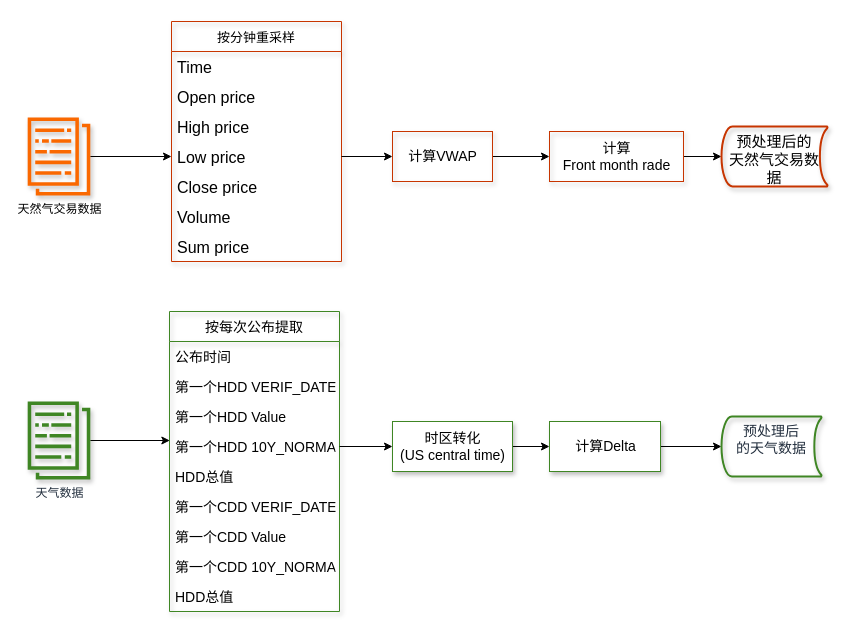
The draw.io diagram reports/figures/framework/data_preprocess.drawio in xhan97/gasAnalysis, before the edit. Source tidied: cells renumbered, new cells numbered last; positions are measured from the earlier drawing's top-left corner, leaving out a move shared by most shapes. Both pictures are drawn from the tidied source at 100%, with x=0, y=0 at pixel (27, 21).
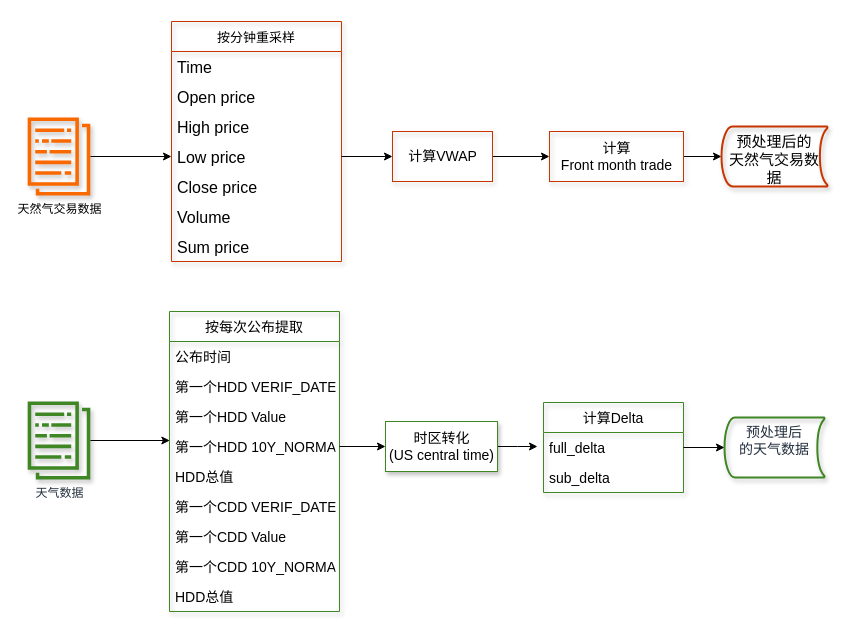
Above is the later version.

Diff of the diagram source:
```diff
@@
-    <mxCell id="9" value="计算 &lt;br&gt;Front month rade" style="html=1;dashed=0;whitespace=wrap;shadow=1;fillColor=none;strokeColor=#C73500;fontColor=#000000;gradientColor=none;fontSize=14;" parent="1" vertex="1">
+    <mxCell id="9" value="计算 &lt;br&gt;Front month trade" style="html=1;dashed=0;whitespace=wrap;shadow=1;fillColor=none;strokeColor=#C73500;fontColor=#000000;gradientColor=none;fontSize=14;" parent="1" vertex="1">
       <mxGeometry x="522" y="110" width="134" height="50" as="geometry" />
     </mxCell>
-    <mxCell id="10" style="edgeStyle=orthogonalEdgeStyle;rounded=0;jettySize=auto;html=1;entryX=0;entryY=0.5;entryDx=0;entryDy=0;fontSize=12;" parent="1" edge="1" source="11" target="13">
-      <mxGeometry relative="1" as="geometry" />
-    </mxCell>
+    <mxCell id="37" style="edgeStyle=orthogonalEdgeStyle;rounded=0;jettySize=auto;html=1;fontSize=14;" parent="1" edge="1" source="11">
+      <mxGeometry relative="1" as="geometry">
+        <mxPoint x="510" y="425" as="targetPoint" />
+      </mxGeometry>
+    </mxCell>
     <mxCell id="11" value="时区转化 &lt;br style=&quot;font-size: 14px;&quot;&gt;&lt;font style=&quot;font-size: 14px;&quot;&gt;(&lt;span lang=&quot;EN-AU&quot; style=&quot;line-height: 107%; font-size: 14px;&quot;&gt;US central time)&lt;/span&gt;&lt;/font&gt;" style="html=1;dashed=0;whitespace=wrap;strokeColor=#3F8624;shadow=1;fontSize=14;" parent="1" vertex="1">
-      <mxGeometry x="365" y="400" width="120" height="50" as="geometry" />
+      <mxGeometry x="358" y="400" width="112" height="50" as="geometry" />
     </mxCell>
-    <mxCell id="12" style="edgeStyle=orthogonalEdgeStyle;rounded=0;jettySize=auto;html=1;" parent="1" edge="1" source="13" target="15">
-      <mxGeometry relative="1" as="geometry" />
-    </mxCell>
-    <mxCell id="13" value="&lt;span lang=&quot;EN-AU&quot; style=&quot;line-height: 107%; font-size: 14px;&quot;&gt;&lt;font style=&quot;font-size: 14px;&quot;&gt;计算Delta&lt;/font&gt;&lt;/span&gt;" style="html=1;dashed=0;whitespace=wrap;strokeColor=#3F8624;shadow=1;fontSize=14;" parent="1" vertex="1">
-      <mxGeometry x="522" y="400" width="111" height="50" as="geometry" />
-    </mxCell>
@@
     <mxCell id="15" value="预处理后&lt;br&gt;的天气数据" style="strokeWidth=2;html=1;shape=mxgraph.flowchart.stored_data;whiteSpace=wrap;shadow=1;fillColor=none;gradientColor=none;verticalAlign=top;strokeColor=#3F8624;fontColor=#232F3E;sketch=0;dashed=0;fontStyle=0;fontSize=14;" parent="1" vertex="1">
-      <mxGeometry x="694" y="395" width="100" height="60" as="geometry" />
+      <mxGeometry x="697" y="396" width="100" height="60" as="geometry" />
     </mxCell>
@@
+    <mxCell id="13" value="计算Delta" style="swimlane;fontStyle=0;horizontal=1;startSize=30;shadow=1;fontSize=14;strokeColor=#3F8624;fillColor=none;gradientColor=none;" parent="1" vertex="1">
+      <mxGeometry x="516" y="381" width="140" height="90" as="geometry" />
+    </mxCell>
+    <mxCell id="38" value="full_delta" style="text;strokeColor=none;fillColor=none;align=left;verticalAlign=middle;spacingLeft=4;spacingRight=4;overflow=hidden;points=[[0,0.5],[1,0.5]];portConstraint=eastwest;shadow=1;fontSize=14;" parent="13" vertex="1">
+      <mxGeometry y="30" width="140" height="30" as="geometry" />
+    </mxCell>
+    <mxCell id="39" value="sub_delta" style="text;strokeColor=none;fillColor=none;align=left;verticalAlign=middle;spacingLeft=4;spacingRight=4;overflow=hidden;shadow=1;fontSize=14;" parent="13" vertex="1">
+      <mxGeometry y="60" width="140" height="30" as="geometry" />
+    </mxCell>
+    <mxCell id="40" style="edgeStyle=orthogonalEdgeStyle;rounded=0;jettySize=auto;html=1;fontSize=14;" parent="1" edge="1" source="38" target="15">
+      <mxGeometry relative="1" as="geometry" />
+    </mxCell>
```
